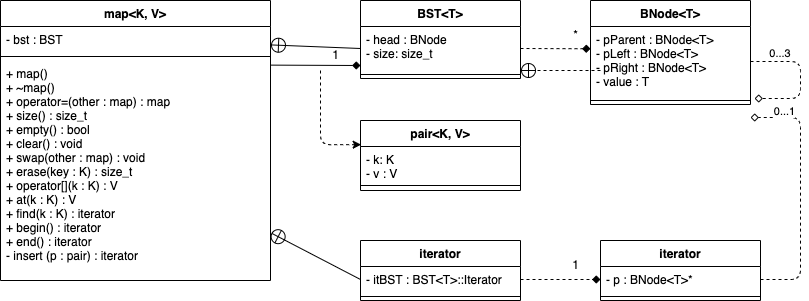
Earlier version of the draw.io export doc/class_diagram.png (MarshallMathers1313/map). Source tidied: cells renumbered, new cells last; positions are measured from the earlier drawing's top-left corner, leaving out a move shared by most shapes.
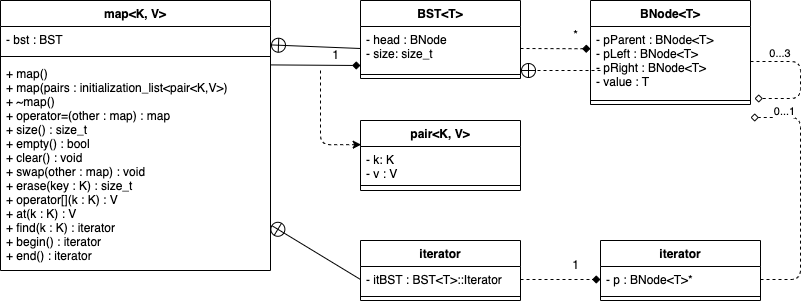
The same file after the commit.

Commit message:
Fix review comments.

The edit, as a diff of the source:
```diff
@@ -3,7 +3,7 @@
     <mxCell id="0" />
     <mxCell id="1" parent="0" />
     <mxCell id="2" value="map&lt;K, V&gt;" style="swimlane;fontStyle=1;align=center;verticalAlign=top;horizontal=1;startSize=26;fillColor=#FFFFFF;fontColor=#000000;" parent="1" vertex="1">
-      <mxGeometry width="270" height="280" as="geometry" />
+      <mxGeometry width="270" height="270" as="geometry" />
     </mxCell>
     <mxCell id="3" value="- bst : BST" style="text;strokeColor=none;fillColor=none;align=left;verticalAlign=top;spacingLeft=4;spacingRight=4;overflow=hidden;points=[[0,0.5],[1,0.5]];portConstraint=eastwest;" parent="2" vertex="1">
       <mxGeometry y="26" width="270" height="26" as="geometry" />
@@ -11,8 +11,8 @@
     <mxCell id="4" style="line;strokeWidth=1;fillColor=none;align=left;verticalAlign=middle;spacingTop=-1;spacingLeft=3;spacingRight=3;labelPosition=right;strokeColor=inherit;" parent="2" vertex="1">
       <mxGeometry y="52" width="270" height="8" as="geometry" />
     </mxCell>
-    <mxCell id="5" value="+ map()&#10;+ ~map()&#10;+ operator=(other : map) : map&#10;+ size() : size_t&#10;+ empty() : bool&#10;+ clear() : void&#10;+ swap(other : map) : void&#10;+ erase(key : K) : size_t&#10;+ operator[](k : K) : V&#10;+ at(k : K) : V&#10;+ find(k : K) : iterator&#10;+ begin() : iterator&#10;+ end() : iterator&#10;- insert (p : pair) : iterator" style="text;strokeColor=none;fillColor=none;align=left;verticalAlign=top;spacingLeft=4;spacingRight=4;overflow=hidden;points=[[0,0.5],[1,0.5]];portConstraint=eastwest;" parent="2" vertex="1">
-      <mxGeometry y="60" width="270" height="220" as="geometry" />
+    <mxCell id="5" value="+ map()&#10;+ map(pairs : initialization_list&lt;pair&lt;K,V&gt;)&#10;+ ~map()&#10;+ operator=(other : map) : map&#10;+ size() : size_t&#10;+ empty() : bool&#10;+ clear() : void&#10;+ swap(other : map) : void&#10;+ erase(key : K) : size_t&#10;+ operator[](k : K) : V&#10;+ at(k : K) : V&#10;+ find(k : K) : iterator&#10;+ begin() : iterator&#10;+ end() : iterator" style="text;strokeColor=none;fillColor=none;align=left;verticalAlign=top;spacingLeft=4;spacingRight=4;overflow=hidden;points=[[0,0.5],[1,0.5]];portConstraint=eastwest;" parent="2" vertex="1">
+      <mxGeometry y="60" width="270" height="210" as="geometry" />
     </mxCell>
     <mxCell id="6" value="iterator" style="swimlane;fontStyle=1;align=center;verticalAlign=top;horizontal=1;startSize=26;fillColor=#FFFFFF;fontColor=#000000;" parent="1" vertex="1">
       <mxGeometry x="360" y="240" width="160" height="60" as="geometry" />
```
